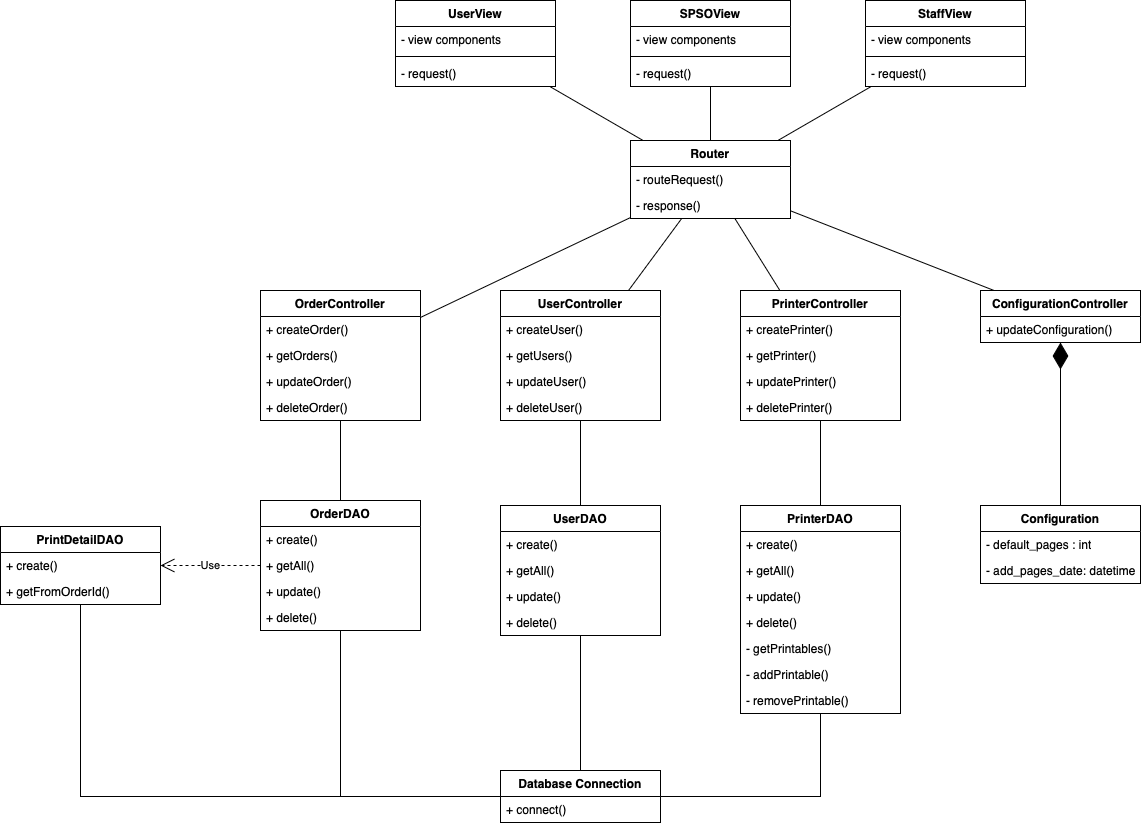
Earlier version of the draw.io export implementation-classes.drawio.png (blueonline07/test-somth). Source tidied: cells renumbered, new cells last; positions are measured from the earlier drawing's top-left corner, leaving out a move shared by most shapes.
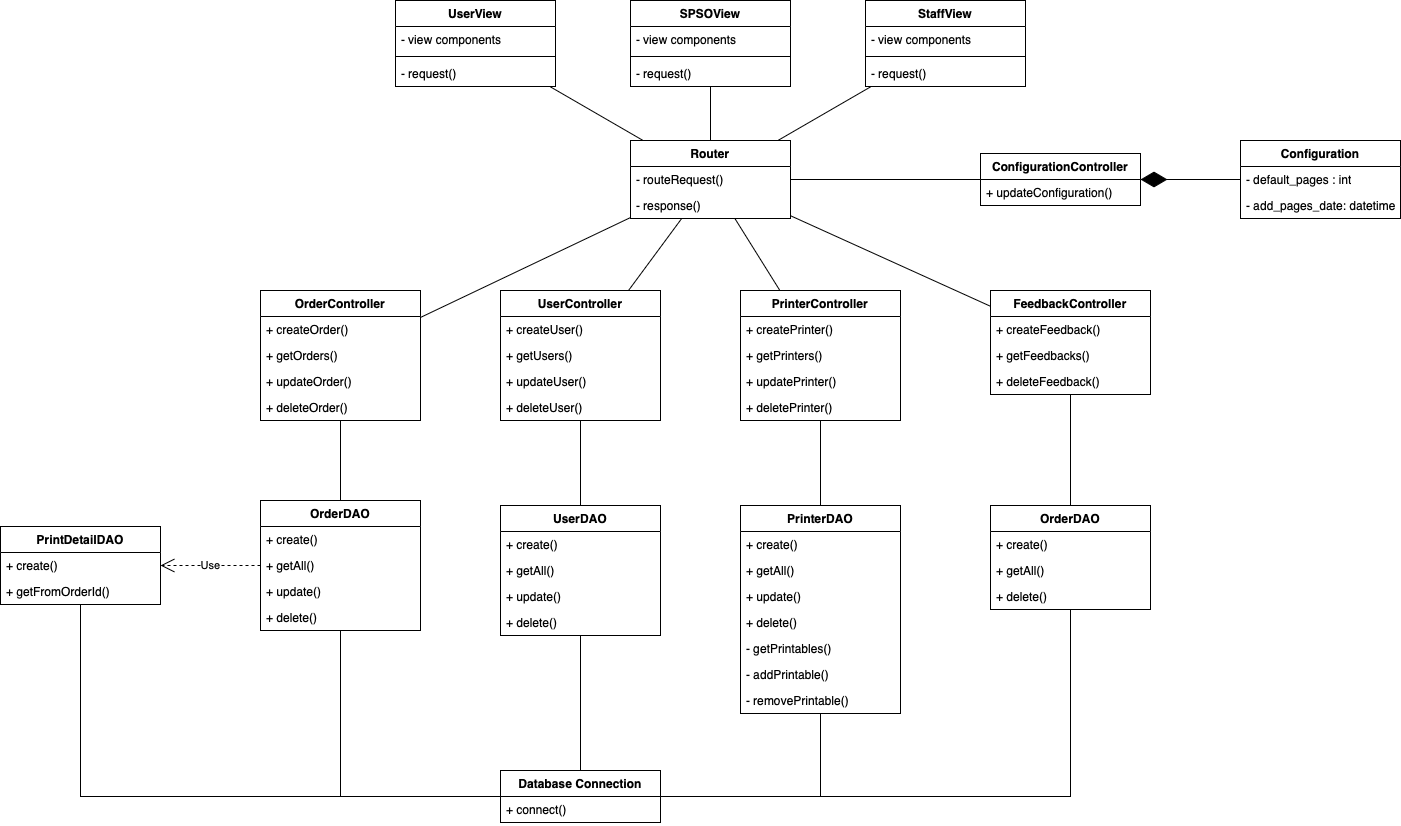
Above is the later version.

The edit, as a diff of the source:
```diff
@@ -23,7 +23,7 @@
     <mxCell id="8" value="+ createPrinter()" style="text;strokeColor=none;fillColor=none;align=left;verticalAlign=top;spacingLeft=4;spacingRight=4;overflow=hidden;whiteSpace=wrap;html=1;" parent="7" vertex="1">
       <mxGeometry y="26" width="160" height="26" as="geometry" />
     </mxCell>
-    <mxCell id="9" value="+ getPrinter()" style="text;strokeColor=none;fillColor=none;align=left;verticalAlign=top;spacingLeft=4;spacingRight=4;overflow=hidden;whiteSpace=wrap;html=1;" parent="7" vertex="1">
+    <mxCell id="9" value="+ getPrinters()" style="text;strokeColor=none;fillColor=none;align=left;verticalAlign=top;spacingLeft=4;spacingRight=4;overflow=hidden;whiteSpace=wrap;html=1;" parent="7" vertex="1">
       <mxGeometry y="52" width="160" height="26" as="geometry" />
     </mxCell>
     <mxCell id="10" value="+ updatePrinter()" style="text;strokeColor=none;fillColor=none;align=left;verticalAlign=top;spacingLeft=4;spacingRight=4;overflow=hidden;whiteSpace=wrap;html=1;" parent="7" vertex="1">
@@ -162,13 +162,13 @@
       <mxGeometry y="52" width="160" height="26" as="geometry" />
     </mxCell>
     <mxCell id="55" value="ConfigurationController" style="swimlane;fontStyle=1;align=center;verticalAlign=top;horizontal=1;startSize=26;whiteSpace=wrap;html=1;" parent="1" vertex="1">
-      <mxGeometry x="980" y="290" width="160" height="52" as="geometry" />
+      <mxGeometry x="980" y="153" width="160" height="52" as="geometry" />
     </mxCell>
     <mxCell id="56" value="+ updateConfiguration()" style="text;strokeColor=none;fillColor=none;align=left;verticalAlign=top;spacingLeft=4;spacingRight=4;overflow=hidden;whiteSpace=wrap;html=1;" parent="55" vertex="1">
       <mxGeometry y="26" width="160" height="26" as="geometry" />
     </mxCell>
     <mxCell id="57" value="Configuration" style="swimlane;fontStyle=1;align=center;verticalAlign=top;horizontal=1;startSize=26;whiteSpace=wrap;html=1;" parent="1" vertex="1">
-      <mxGeometry x="980" y="505" width="160" height="78" as="geometry" />
+      <mxGeometry x="1240" y="140" width="160" height="78" as="geometry" />
     </mxCell>
     <mxCell id="58" value="- default_pages : int" style="text;strokeColor=none;fillColor=none;align=left;verticalAlign=top;spacingLeft=4;spacingRight=4;overflow=hidden;whiteSpace=wrap;html=1;" parent="57" vertex="1">
       <mxGeometry y="26" width="160" height="26" as="geometry" />
@@ -224,5 +224,42 @@
     <mxCell id="75" style="endArrow=none;html=1;rounded=0;" parent="1" edge="1" source="48" target="37">
       <mxGeometry relative="1" as="geometry" />
     </mxCell>
+    <mxCell id="76" value="FeedbackController" style="swimlane;fontStyle=1;align=center;verticalAlign=top;horizontal=1;startSize=26;whiteSpace=wrap;html=1;" parent="1" vertex="1">
+      <mxGeometry x="990" y="290" width="160" height="104" as="geometry" />
+    </mxCell>
+    <mxCell id="77" value="+ createFeedback()" style="text;strokeColor=none;fillColor=none;align=left;verticalAlign=top;spacingLeft=4;spacingRight=4;overflow=hidden;whiteSpace=wrap;html=1;" parent="76" vertex="1">
+      <mxGeometry y="26" width="160" height="26" as="geometry" />
+    </mxCell>
+    <mxCell id="78" value="+ getFeedbacks()" style="text;strokeColor=none;fillColor=none;align=left;verticalAlign=top;spacingLeft=4;spacingRight=4;overflow=hidden;whiteSpace=wrap;html=1;" parent="76" vertex="1">
+      <mxGeometry y="52" width="160" height="26" as="geometry" />
+    </mxCell>
+    <mxCell id="79" value="+ deleteFeedback()" style="text;strokeColor=none;fillColor=none;align=left;verticalAlign=top;spacingLeft=4;spacingRight=4;overflow=hidden;whiteSpace=wrap;html=1;" parent="76" vertex="1">
+      <mxGeometry y="78" width="160" height="26" as="geometry" />
+    </mxCell>
+    <mxCell id="80" style="endArrow=none;html=1;rounded=0;" parent="1" edge="1" source="76" target="37">
+      <mxGeometry relative="1" as="geometry" />
+    </mxCell>
+    <mxCell id="81" value="OrderDAO" style="swimlane;fontStyle=1;align=center;verticalAlign=top;horizontal=1;startSize=26;whiteSpace=wrap;html=1;" parent="1" vertex="1">
+      <mxGeometry x="990" y="505" width="160" height="104" as="geometry" />
+    </mxCell>
+    <mxCell id="82" value="+ create()" style="text;strokeColor=none;fillColor=none;align=left;verticalAlign=top;spacingLeft=4;spacingRight=4;overflow=hidden;whiteSpace=wrap;html=1;" parent="81" vertex="1">
+      <mxGeometry y="26" width="160" height="26" as="geometry" />
+    </mxCell>
+    <mxCell id="83" value="+ getAll()" style="text;strokeColor=none;fillColor=none;align=left;verticalAlign=top;spacingLeft=4;spacingRight=4;overflow=hidden;whiteSpace=wrap;html=1;" parent="81" vertex="1">
+      <mxGeometry y="52" width="160" height="26" as="geometry" />
+    </mxCell>
+    <mxCell id="84" value="+ delete()" style="text;strokeColor=none;fillColor=none;align=left;verticalAlign=top;spacingLeft=4;spacingRight=4;overflow=hidden;whiteSpace=wrap;html=1;" parent="81" vertex="1">
+      <mxGeometry y="78" width="160" height="26" as="geometry" />
+    </mxCell>
+    <mxCell id="85" style="endArrow=none;html=1;rounded=0;" parent="1" edge="1" source="81" target="76">
+      <mxGeometry relative="1" as="geometry" />
+    </mxCell>
+    <mxCell id="86" style="endArrow=none;html=1;rounded=0;edgeStyle=orthogonalEdgeStyle;" parent="1" edge="1" source="81" target="17">
+      <mxGeometry relative="1" as="geometry">
+        <Array as="points">
+          <mxPoint x="1070" y="796" />
+        </Array>
+      </mxGeometry>
+    </mxCell>
   </root>
 </mxGraphModel>
```
